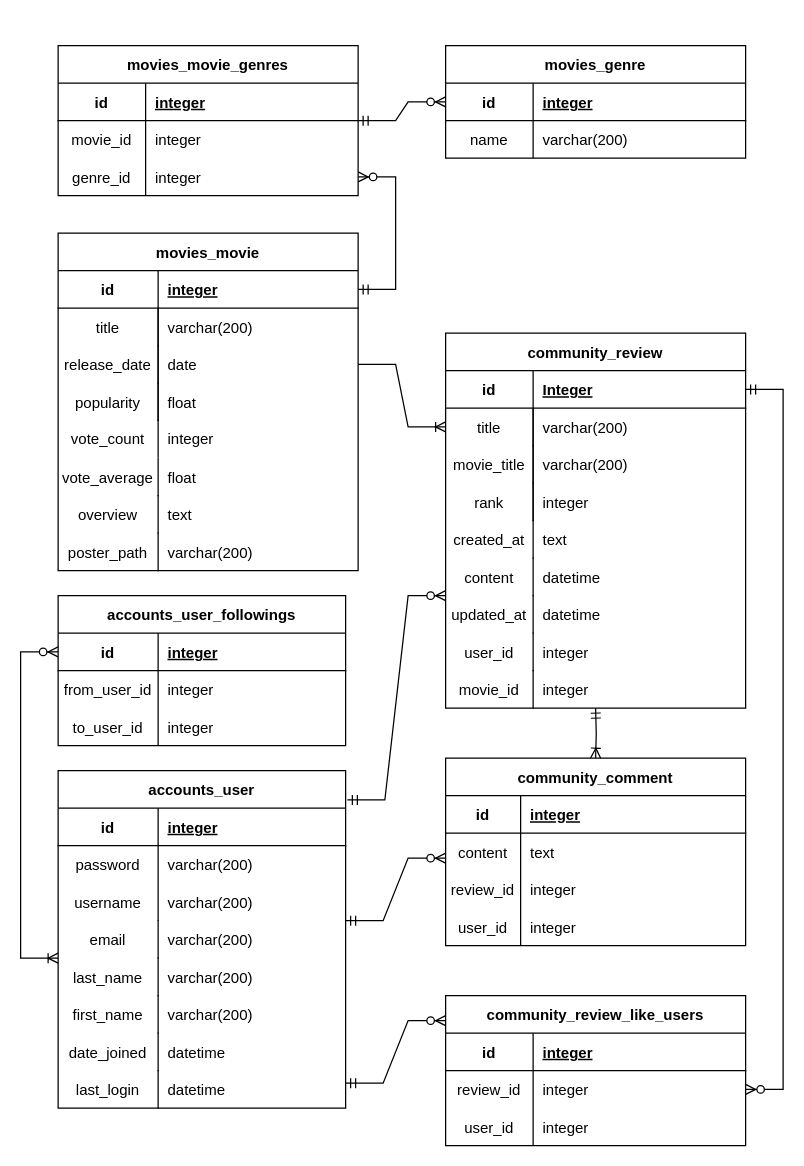
Above: ERD.drawio in hanseungjune/ERD_MEMO (draw.io), before the change. Source tidied: cells renumbered, new cells numbered last; positions are measured from the earlier drawing's top-left corner, leaving out a move shared by most shapes. Both pictures are drawn from the tidied source at 125%, with x=0, y=0 at pixel (20, 45).
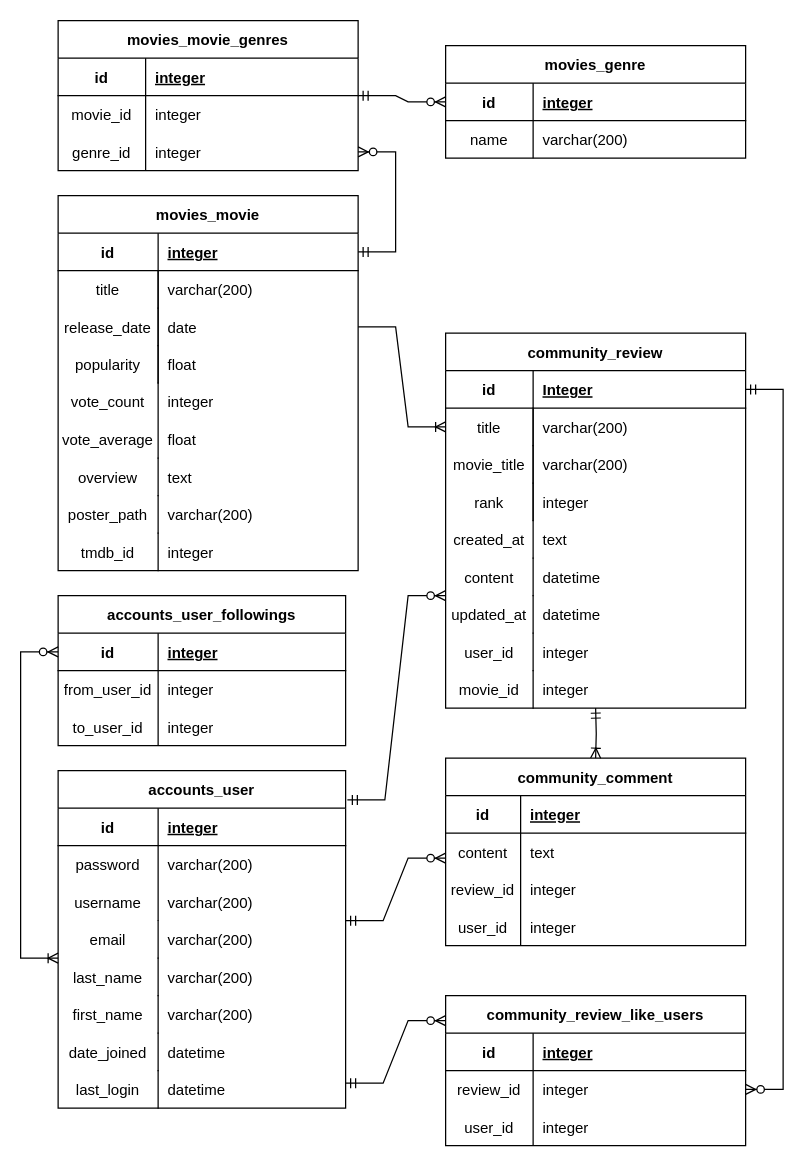
After the change.

Unchanged cells that the change refers to:
```xml
<mxCell id="89" style="shape=tableRow;horizontal=0;startSize=0;swimlaneHead=0;swimlaneBody=0;fillColor=none;top=0;left=0;right=0;bottom=0;" parent="1" vertex="1">
  <mxGeometry x="30" y="390" width="240" height="30" as="geometry" />
</mxCell>
```

The edit, as a diff of the source:
```diff
@@
     <mxCell id="2" value="movies_movie" style="shape=table;startSize=30;childLayout=tableLayout;rowLines=0;fontStyle=1;align=center;" parent="1" vertex="1">
-      <mxGeometry x="30" y="150" width="240" height="270" as="geometry" />
+      <mxGeometry x="30" y="120" width="240" height="300" as="geometry" />
     </mxCell>
@@
     <mxCell id="90" value="overview" style="shape=partialRectangle;fillColor=none;top=0;left=0;bottom=0;right=0;overflow=hidden;" parent="89" vertex="1">
-      <mxGeometry y="-30" width="80" height="30" as="geometry" />
+      <mxGeometry y="-60" width="80" height="30" as="geometry" />
     </mxCell>
     <mxCell id="91" value="text" style="shape=partialRectangle;fillColor=none;top=0;left=1;bottom=0;right=0;align=left;spacingLeft=6;overflow=hidden;" parent="89" vertex="1">
-      <mxGeometry x="80" y="-30" width="160" height="30" as="geometry" />
+      <mxGeometry x="80" y="-60" width="160" height="30" as="geometry" />
     </mxCell>
     <mxCell id="92" value="vote_average" style="shape=partialRectangle;fillColor=none;top=0;left=0;bottom=0;right=0;overflow=hidden;" parent="1" vertex="1">
-      <mxGeometry x="30" y="330" width="80" height="30" as="geometry" />
+      <mxGeometry x="30" y="300" width="80" height="30" as="geometry" />
     </mxCell>
     <mxCell id="93" value="float" style="shape=partialRectangle;fillColor=none;top=0;left=1;bottom=0;right=0;align=left;spacingLeft=6;overflow=hidden;" parent="1" vertex="1">
-      <mxGeometry x="110" y="330" width="160" height="30" as="geometry" />
+      <mxGeometry x="110" y="300" width="160" height="30" as="geometry" />
     </mxCell>
     <mxCell id="94" value="vote_count" style="shape=partialRectangle;fillColor=none;top=0;left=0;bottom=0;right=0;overflow=hidden;" parent="1" vertex="1">
-      <mxGeometry x="30" y="300" width="80" height="29" as="geometry" />
+      <mxGeometry x="30" y="270" width="80" height="29" as="geometry" />
     </mxCell>
     <mxCell id="95" value="integer" style="shape=partialRectangle;fillColor=none;top=0;left=1;bottom=0;right=0;align=left;spacingLeft=6;overflow=hidden;" parent="1" vertex="1">
-      <mxGeometry x="110" y="300" width="160" height="29" as="geometry" />
+      <mxGeometry x="110" y="270" width="160" height="29" as="geometry" />
     </mxCell>
     <mxCell id="96" value="poster_path" style="shape=partialRectangle;fillColor=none;top=0;left=0;bottom=0;right=0;overflow=hidden;" parent="1" vertex="1">
-      <mxGeometry x="30" y="390" width="80" height="30" as="geometry" />
+      <mxGeometry x="30" y="360" width="80" height="30" as="geometry" />
     </mxCell>
     <mxCell id="97" value="varchar(200)" style="shape=partialRectangle;fillColor=none;top=0;left=1;bottom=0;right=0;align=left;spacingLeft=6;overflow=hidden;" parent="1" vertex="1">
-      <mxGeometry x="110" y="390" width="160" height="30" as="geometry" />
+      <mxGeometry x="110" y="360" width="160" height="30" as="geometry" />
     </mxCell>
@@
     <mxCell id="115" value="movies_movie_genres" style="shape=table;startSize=30;childLayout=tableLayout;rowLines=0;fontStyle=1;align=center;fillColor=none;gradientColor=default;" parent="1" vertex="1">
-      <mxGeometry x="30" width="240" height="120" as="geometry" />
+      <mxGeometry x="30" y="-20" width="240" height="120" as="geometry" />
     </mxCell>
@@
+    <mxCell id="136" value="tmdb_id" style="shape=partialRectangle;fillColor=none;top=0;left=0;bottom=0;right=0;overflow=hidden;" parent="1" vertex="1">
+      <mxGeometry x="30" y="390" width="80" height="30" as="geometry" />
+    </mxCell>
+    <mxCell id="137" value="integer" style="shape=partialRectangle;fillColor=none;top=0;left=1;bottom=0;right=0;align=left;spacingLeft=6;overflow=hidden;" parent="1" vertex="1">
+      <mxGeometry x="110" y="390" width="160" height="30" as="geometry" />
+    </mxCell>
```
